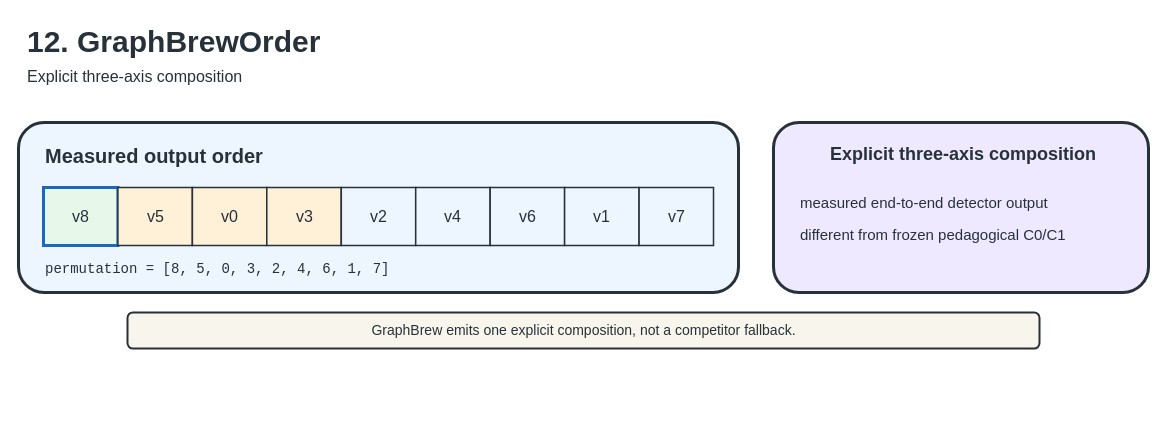
This is docs/figures/editable/12-graphbreworder.drawio from UVA-LavaLab/GraphBrew, a draw.io file, before an edit. Source tidied: cells renumbered, new cells numbered last; positions are measured from the earlier drawing's top-left corner, leaving out a move shared by most shapes. Both pictures are drawn from the tidied source at 100%, with x=0, y=0 at pixel (18, 17).
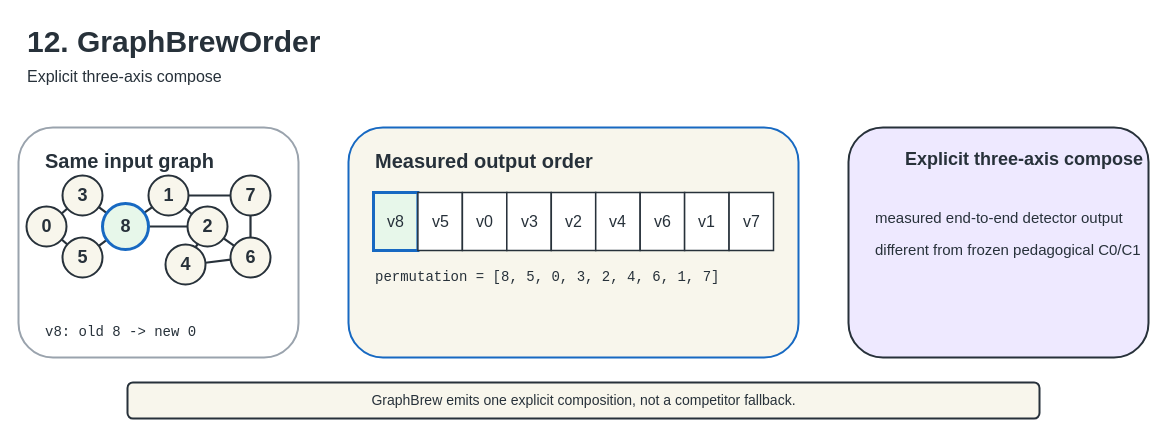
After the change.

What changed in the source:
```diff
@@
-    <mxCell id="3" value="Explicit three-axis composition" style="text;html=1;strokeColor=none;fillColor=none;fontSize=16;fontColor=#27313A;" parent="1" vertex="1">
+    <mxCell id="3" value="Explicit three-axis compose" style="text;html=1;strokeColor=none;fillColor=none;fontSize=16;fontColor=#27313A;" parent="1" vertex="1">
       <mxGeometry x="7" y="43" width="1050" height="28" as="geometry" />
     </mxCell>
+    <mxCell id="21" style="rounded=1;html=1;fillColor=#FFFFFF;strokeColor=#9AA3AD;strokeWidth=2;" parent="1" vertex="1">
+      <mxGeometry y="110" width="280" height="230" as="geometry" />
+    </mxCell>
-    <mxCell id="4" style="rounded=1;html=1;fillColor=#EDF5FF;strokeColor=#27313A;strokeWidth=3;" parent="1" vertex="1">
-      <mxGeometry y="105" width="720" height="170" as="geometry" />
+    <mxCell id="4" style="rounded=1;html=1;fillColor=#F8F6EC;strokeColor=#1769C2;strokeWidth=2;" parent="1" vertex="1">
+      <mxGeometry x="330" y="110" width="450" height="230" as="geometry" />
     </mxCell>
-    <mxCell id="5" style="rounded=1;html=1;fillColor=#EEE9FF;strokeColor=#27313A;strokeWidth=3;" parent="1" vertex="1">
-      <mxGeometry x="755" y="105" width="375" height="170" as="geometry" />
+    <mxCell id="5" style="rounded=1;html=1;fillColor=#EEE9FF;strokeColor=#27313A;strokeWidth=2;" parent="1" vertex="1">
+      <mxGeometry x="830" y="110" width="300" height="230" as="geometry" />
     </mxCell>
+    <mxCell id="22" value="Same input graph" style="text;html=1;strokeColor=none;fillColor=none;fontSize=20;fontStyle=1;fontColor=#27313A;" parent="1" vertex="1">
+      <mxGeometry x="25" y="125" width="220" height="35" as="geometry" />
+    </mxCell>
     <mxCell id="6" value="Measured output order" style="text;html=1;strokeColor=none;fillColor=none;fontSize=20;fontStyle=1;fontColor=#27313A;" parent="1" vertex="1">
-      <mxGeometry x="25" y="120" width="300" height="35" as="geometry" />
+      <mxGeometry x="355" y="125" width="300" height="35" as="geometry" />
     </mxCell>
-    <mxCell id="7" value="Explicit three-axis composition" style="text;html=1;strokeColor=none;fillColor=none;fontSize=18;fontStyle=1;fontColor=#27313A;" parent="1" vertex="1">
-      <mxGeometry x="810" y="120" width="300" height="35" as="geometry" />
+    <mxCell id="7" value="Explicit three-axis compose" style="text;html=1;strokeColor=none;fillColor=none;fontSize=18;fontStyle=1;fontColor=#27313A;" parent="1" vertex="1">
+      <mxGeometry x="885" y="125" width="220" height="35" as="geometry" />
     </mxCell>
     <mxCell id="8" value="GraphBrew emits one explicit composition, not a competitor fallback." style="rounded=1;html=1;fillColor=#F8F6EC;strokeColor=#27313A;strokeWidth=2;fontSize=14;fontColor=#27313A;align=center;" parent="1" vertex="1">
-      <mxGeometry x="109" y="295" width="912" height="36" as="geometry" />
+      <mxGeometry x="109" y="365" width="912" height="36" as="geometry" />
     </mxCell>
+    <mxCell id="23" style="endArrow=none;html=1;rounded=0;strokeColor=#27313A;strokeWidth=2.2;" parent="1" edge="1" source="35" target="38">
+      <mxGeometry relative="1" as="geometry" />
+    </mxCell>
+    <mxCell id="24" style="endArrow=none;html=1;rounded=0;strokeColor=#27313A;strokeWidth=2.2;" parent="1" edge="1" source="35" target="40">
+      <mxGeometry relative="1" as="geometry" />
+    </mxCell>
+    <mxCell id="25" style="endArrow=none;html=1;rounded=0;strokeColor=#27313A;strokeWidth=2.2;" parent="1" edge="1" source="38" target="43">
+      <mxGeometry relative="1" as="geometry" />
+    </mxCell>
+    <mxCell id="26" style="endArrow=none;html=1;rounded=0;strokeColor=#27313A;strokeWidth=2.2;" parent="1" edge="1" source="40" target="43">
+      <mxGeometry relative="1" as="geometry" />
+    </mxCell>
+    <mxCell id="27" style="endArrow=none;html=1;rounded=0;strokeColor=#27313A;strokeWidth=2.2;" parent="1" edge="1" source="43" target="36">
+      <mxGeometry relative="1" as="geometry" />
+    </mxCell>
+    <mxCell id="28" style="endArrow=none;html=1;rounded=0;strokeColor=#27313A;strokeWidth=2.2;" parent="1" edge="1" source="43" target="37">
+      <mxGeometry relative="1" as="geometry" />
+    </mxCell>
+    <mxCell id="29" style="endArrow=none;html=1;rounded=0;strokeColor=#27313A;strokeWidth=2.2;" parent="1" edge="1" source="36" target="37">
+      <mxGeometry relative="1" as="geometry" />
+    </mxCell>
+    <mxCell id="30" style="endArrow=none;html=1;rounded=0;strokeColor=#27313A;strokeWidth=2.2;" parent="1" edge="1" source="36" target="42">
+      <mxGeometry relative="1" as="geometry" />
+    </mxCell>
+    <mxCell id="31" style="endArrow=none;html=1;rounded=0;strokeColor=#27313A;strokeWidth=2.2;" parent="1" edge="1" source="37" target="39">
+      <mxGeometry relative="1" as="geometry" />
+    </mxCell>
+    <mxCell id="32" style="endArrow=none;html=1;rounded=0;strokeColor=#27313A;strokeWidth=2.2;" parent="1" edge="1" source="37" target="41">
+      <mxGeometry relative="1" as="geometry" />
+    </mxCell>
+    <mxCell id="33" style="endArrow=none;html=1;rounded=0;strokeColor=#27313A;strokeWidth=2.2;" parent="1" edge="1" source="39" target="41">
+      <mxGeometry relative="1" as="geometry" />
+    </mxCell>
+    <mxCell id="34" style="endArrow=none;html=1;rounded=0;strokeColor=#27313A;strokeWidth=2.2;" parent="1" edge="1" source="41" target="42">
+      <mxGeometry relative="1" as="geometry" />
+    </mxCell>
+    <mxCell id="35" value="0" style="ellipse;html=1;align=center;fillColor=#F8F6EC;strokeColor=#27313A;strokeWidth=2;fontSize=18;fontStyle=1;fontColor=#27313A;" parent="1" vertex="1">
+      <mxGeometry x="8" y="189" width="40" height="40" as="geometry" />
+    </mxCell>
+    <mxCell id="36" value="1" style="ellipse;html=1;align=center;fillColor=#F8F6EC;strokeColor=#27313A;strokeWidth=2;fontSize=18;fontStyle=1;fontColor=#27313A;" parent="1" vertex="1">
+      <mxGeometry x="130" y="158" width="40" height="40" as="geometry" />
+    </mxCell>
+    <mxCell id="37" value="2" style="ellipse;html=1;align=center;fillColor=#F8F6EC;strokeColor=#27313A;strokeWidth=2;fontSize=18;fontStyle=1;fontColor=#27313A;" parent="1" vertex="1">
+      <mxGeometry x="169" y="189" width="40" height="40" as="geometry" />
+    </mxCell>
+    <mxCell id="38" value="3" style="ellipse;html=1;align=center;fillColor=#F8F6EC;strokeColor=#27313A;strokeWidth=2;fontSize=18;fontStyle=1;fontColor=#27313A;" parent="1" vertex="1">
+      <mxGeometry x="44" y="158" width="40" height="40" as="geometry" />
+    </mxCell>
+    <mxCell id="39" value="4" style="ellipse;html=1;align=center;fillColor=#F8F6EC;strokeColor=#27313A;strokeWidth=2;fontSize=18;fontStyle=1;fontColor=#27313A;" parent="1" vertex="1">
+      <mxGeometry x="147" y="227" width="40" height="40" as="geometry" />
+    </mxCell>
+    <mxCell id="40" value="5" style="ellipse;html=1;align=center;fillColor=#F8F6EC;strokeColor=#27313A;strokeWidth=2;fontSize=18;fontStyle=1;fontColor=#27313A;" parent="1" vertex="1">
+      <mxGeometry x="44" y="220" width="40" height="40" as="geometry" />
+    </mxCell>
+    <mxCell id="41" value="6" style="ellipse;html=1;align=center;fillColor=#F8F6EC;strokeColor=#27313A;strokeWidth=2;fontSize=18;fontStyle=1;fontColor=#27313A;" parent="1" vertex="1">
+      <mxGeometry x="212" y="220" width="40" height="40" as="geometry" />
+    </mxCell>
+    <mxCell id="42" value="7" style="ellipse;html=1;align=center;fillColor=#F8F6EC;strokeColor=#27313A;strokeWidth=2;fontSize=18;fontStyle=1;fontColor=#27313A;" parent="1" vertex="1">
+      <mxGeometry x="212" y="158" width="40" height="40" as="geometry" />
+    </mxCell>
+    <mxCell id="43" value="8" style="ellipse;html=1;align=center;fillColor=#E7F7EA;strokeColor=#1769C2;strokeWidth=3;fontSize=18;fontStyle=1;fontColor=#27313A;" parent="1" vertex="1">
+      <mxGeometry x="84" y="186" width="46" height="46" as="geometry" />
+    </mxCell>
+    <mxCell id="44" value="v8: old 8 -&gt; new 0" style="text;html=1;strokeColor=none;fillColor=none;fontSize=14;fontFamily=Consolas;fontColor=#27313A;" parent="1" vertex="1">
+      <mxGeometry x="25" y="300" width="230" height="28" as="geometry" />
+    </mxCell>
     <mxCell id="9" value="v8" style="rounded=0;html=1;align=center;verticalAlign=middle;fillColor=#E7F7EA;strokeColor=#1769C2;strokeWidth=3;fontSize=16;fontColor=#27313A;" parent="1" vertex="1">
-      <mxGeometry x="25" y="170" width="74.4" height="58" as="geometry" />
+      <mxGeometry x="355" y="175" width="44.4" height="58" as="geometry" />
     </mxCell>
-    <mxCell id="10" value="v5" style="rounded=0;html=1;align=center;verticalAlign=middle;fillColor=#FFF0D8;strokeColor=#27313A;strokeWidth=1.5;fontSize=16;fontColor=#27313A;" parent="1" vertex="1">
-      <mxGeometry x="99.4" y="170" width="74.4" height="58" as="geometry" />
+    <mxCell id="10" value="v5" style="rounded=0;html=1;align=center;verticalAlign=middle;fillColor=#FFFFFF;strokeColor=#27313A;strokeWidth=1.5;fontSize=16;fontColor=#27313A;" parent="1" vertex="1">
+      <mxGeometry x="399.4" y="175" width="44.4" height="58" as="geometry" />
     </mxCell>
-    <mxCell id="11" value="v0" style="rounded=0;html=1;align=center;verticalAlign=middle;fillColor=#FFF0D8;strokeColor=#27313A;strokeWidth=1.5;fontSize=16;fontColor=#27313A;" parent="1" vertex="1">
-      <mxGeometry x="173.9" y="170" width="74.4" height="58" as="geometry" />
+    <mxCell id="11" value="v0" style="rounded=0;html=1;align=center;verticalAlign=middle;fillColor=#FFFFFF;strokeColor=#27313A;strokeWidth=1.5;fontSize=16;fontColor=#27313A;" parent="1" vertex="1">
+      <mxGeometry x="443.9" y="175" width="44.4" height="58" as="geometry" />
     </mxCell>
-    <mxCell id="12" value="v3" style="rounded=0;html=1;align=center;verticalAlign=middle;fillColor=#FFF0D8;strokeColor=#27313A;strokeWidth=1.5;fontSize=16;fontColor=#27313A;" parent="1" vertex="1">
-      <mxGeometry x="248.3" y="170" width="74.4" height="58" as="geometry" />
+    <mxCell id="12" value="v3" style="rounded=0;html=1;align=center;verticalAlign=middle;fillColor=#FFFFFF;strokeColor=#27313A;strokeWidth=1.5;fontSize=16;fontColor=#27313A;" parent="1" vertex="1">
+      <mxGeometry x="488.3" y="175" width="44.4" height="58" as="geometry" />
     </mxCell>
-    <mxCell id="13" value="v2" style="rounded=0;html=1;align=center;verticalAlign=middle;fillColor=#EDF5FF;strokeColor=#27313A;strokeWidth=1.5;fontSize=16;fontColor=#27313A;" parent="1" vertex="1">
-      <mxGeometry x="322.8" y="170" width="74.4" height="58" as="geometry" />
+    <mxCell id="13" value="v2" style="rounded=0;html=1;align=center;verticalAlign=middle;fillColor=#FFFFFF;strokeColor=#27313A;strokeWidth=1.5;fontSize=16;fontColor=#27313A;" parent="1" vertex="1">
+      <mxGeometry x="532.8" y="175" width="44.4" height="58" as="geometry" />
     </mxCell>
-    <mxCell id="14" value="v4" style="rounded=0;html=1;align=center;verticalAlign=middle;fillColor=#EDF5FF;strokeColor=#27313A;strokeWidth=1.5;fontSize=16;fontColor=#27313A;" parent="1" vertex="1">
-      <mxGeometry x="397.2" y="170" width="74.4" height="58" as="geometry" />
+    <mxCell id="14" value="v4" style="rounded=0;html=1;align=center;verticalAlign=middle;fillColor=#FFFFFF;strokeColor=#27313A;strokeWidth=1.5;fontSize=16;fontColor=#27313A;" parent="1" vertex="1">
+      <mxGeometry x="577.2" y="175" width="44.4" height="58" as="geometry" />
     </mxCell>
-    <mxCell id="15" value="v6" style="rounded=0;html=1;align=center;verticalAlign=middle;fillColor=#EDF5FF;strokeColor=#27313A;strokeWidth=1.5;fontSize=16;fontColor=#27313A;" parent="1" vertex="1">
-      <mxGeometry x="471.7" y="170" width="74.4" height="58" as="geometry" />
+    <mxCell id="15" value="v6" style="rounded=0;html=1;align=center;verticalAlign=middle;fillColor=#FFFFFF;strokeColor=#27313A;strokeWidth=1.5;fontSize=16;fontColor=#27313A;" parent="1" vertex="1">
+      <mxGeometry x="621.7" y="175" width="44.4" height="58" as="geometry" />
     </mxCell>
-    <mxCell id="16" value="v1" style="rounded=0;html=1;align=center;verticalAlign=middle;fillColor=#EDF5FF;strokeColor=#27313A;strokeWidth=1.5;fontSize=16;fontColor=#27313A;" parent="1" vertex="1">
-      <mxGeometry x="546.1" y="170" width="74.4" height="58" as="geometry" />
+    <mxCell id="16" value="v1" style="rounded=0;html=1;align=center;verticalAlign=middle;fillColor=#FFFFFF;strokeColor=#27313A;strokeWidth=1.5;fontSize=16;fontColor=#27313A;" parent="1" vertex="1">
+      <mxGeometry x="666.1" y="175" width="44.4" height="58" as="geometry" />
     </mxCell>
-    <mxCell id="17" value="v7" style="rounded=0;html=1;align=center;verticalAlign=middle;fillColor=#EDF5FF;strokeColor=#27313A;strokeWidth=1.5;fontSize=16;fontColor=#27313A;" parent="1" vertex="1">
-      <mxGeometry x="620.6" y="170" width="74.4" height="58" as="geometry" />
+    <mxCell id="17" value="v7" style="rounded=0;html=1;align=center;verticalAlign=middle;fillColor=#FFFFFF;strokeColor=#27313A;strokeWidth=1.5;fontSize=16;fontColor=#27313A;" parent="1" vertex="1">
+      <mxGeometry x="710.6" y="175" width="44.4" height="58" as="geometry" />
     </mxCell>
     <mxCell id="18" value="permutation = [8, 5, 0, 3, 2, 4, 6, 1, 7]" style="text;html=1;strokeColor=none;fillColor=none;fontSize=14;fontFamily=Consolas;fontColor=#27313A;" parent="1" vertex="1">
-      <mxGeometry x="25" y="237" width="670" height="28" as="geometry" />
+      <mxGeometry x="355" y="245" width="400" height="28" as="geometry" />
     </mxCell>
     <mxCell id="19" value="measured end-to-end detector output" style="text;html=1;strokeColor=none;fillColor=none;fontSize=15;fontColor=#27313A;" parent="1" vertex="1">
-      <mxGeometry x="780" y="170" width="325" height="28" as="geometry" />
+      <mxGeometry x="855" y="185" width="250" height="28" as="geometry" />
     </mxCell>
     <mxCell id="20" value="different from frozen pedagogical C0/C1" style="text;html=1;strokeColor=none;fillColor=none;fontSize=15;fontColor=#27313A;" parent="1" vertex="1">
-      <mxGeometry x="780" y="202" width="325" height="28" as="geometry" />
+      <mxGeometry x="855" y="217" width="250" height="28" as="geometry" />
     </mxCell>
```
